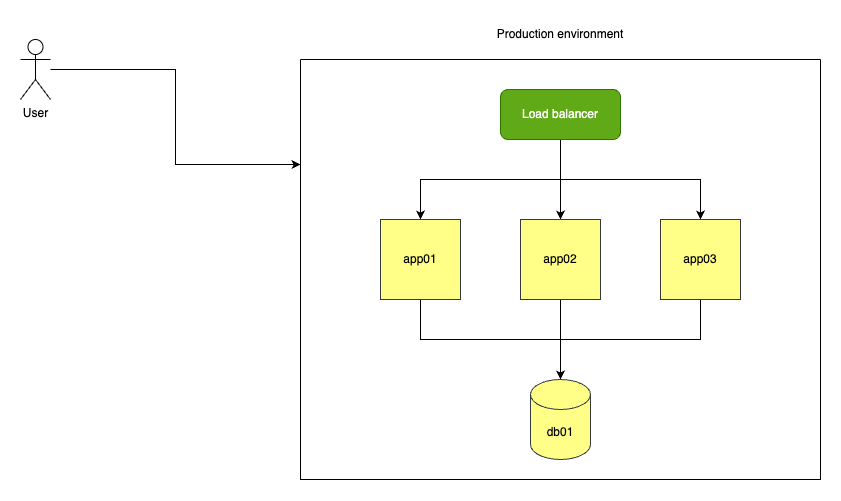
Before: Devops-practice-chatty.png, a diagram exported from draw.io (Abu-Zakaria/devops-practice-chatty-infra). Source tidied: cells renumbered, new cells last; positions are measured from the earlier drawing's top-left corner, leaving out a move shared by most shapes.
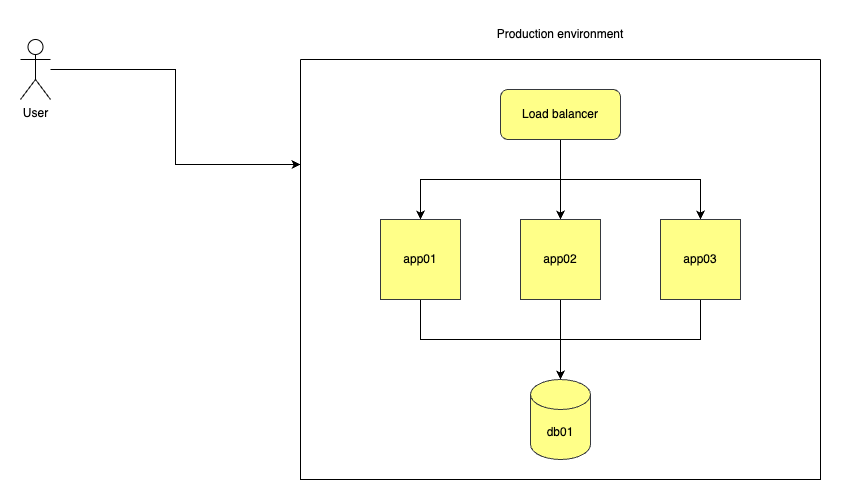
After the change.

What changed in the source:
```diff
@@ -20,7 +20,7 @@
     <mxCell id="7" style="edgeStyle=orthogonalEdgeStyle;rounded=0;jettySize=auto;html=1;exitX=0.5;exitY=1;exitDx=0;exitDy=0;" parent="4" edge="1" source="8" target="10">
       <mxGeometry relative="1" as="geometry" />
     </mxCell>
-    <mxCell id="8" value="Load balancer" style="rounded=1;whiteSpace=wrap;html=1;fillColor=#60a917;strokeColor=#2D7600;fontColor=#ffffff;" parent="4" vertex="1">
+    <mxCell id="8" value="Load balancer" style="rounded=1;whiteSpace=wrap;html=1;fillColor=#ffff88;strokeColor=#36393d;" parent="4" vertex="1">
       <mxGeometry x="200" y="30" width="120" height="50" as="geometry" />
     </mxCell>
     <mxCell id="9" style="edgeStyle=orthogonalEdgeStyle;rounded=0;jettySize=auto;html=1;entryX=0.5;entryY=0;entryDx=0;entryDy=0;entryPerimeter=0;" parent="4" edge="1" source="10" target="15">
```
